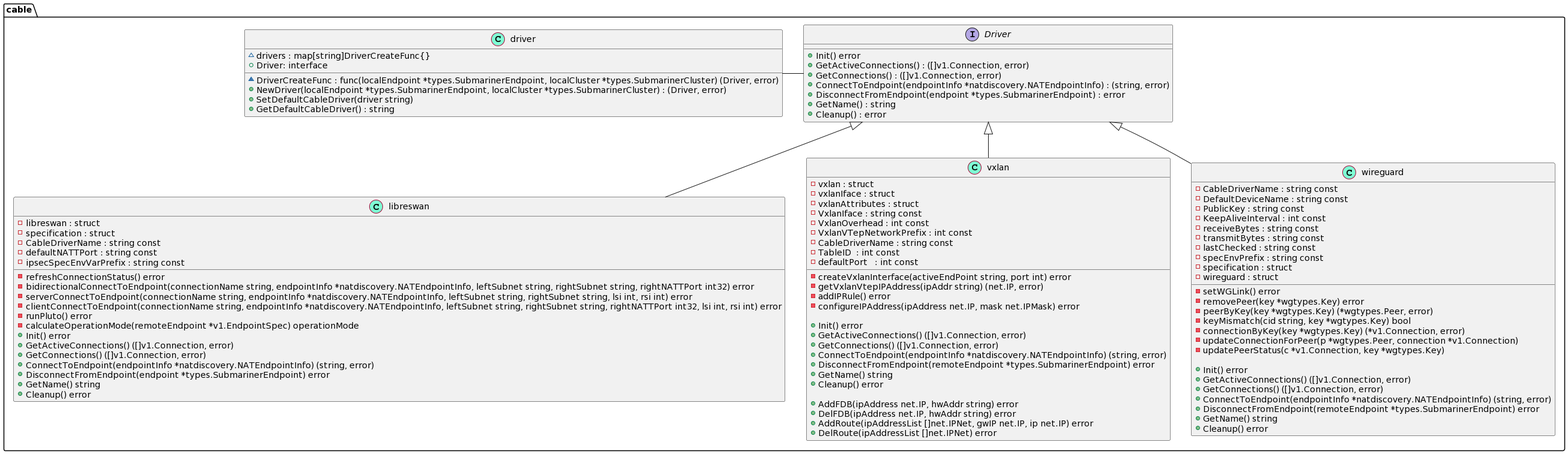
This is Submariner/images/CableDriverUMLClass.png from maryamtahhan/notes, a PlantUML export, as it was before one commit. The source it was exported from:
```plantuml
@startuml
namespace cable {
    interface Driver  {
        + Init() error
        + GetActiveConnections() : ([]v1.Connection, error)
        + GetConnections() : ([]v1.Connection, error)
        + ConnectToEndpoint(endpointInfo *natdiscovery.NATEndpointInfo) : (string, error)
        + DisconnectFromEndpoint(endpoint *types.SubmarinerEndpoint) : error
        + GetName() : string
        + Cleanup() : error
    }


    class driver << (C,Aquamarine) >> {
       ~ DriverCreateFunc : func(localEndpoint *types.SubmarinerEndpoint, localCluster *types.SubmarinerCluster) (Driver, error)
       ~ drivers : map[string]DriverCreateFunc{}
       + Driver: interface

       + NewDriver(localEndpoint *types.SubmarinerEndpoint, localCluster *types.SubmarinerCluster) : (Driver, error)
       + SetDefaultCableDriver(driver string)
       + GetDefaultCableDriver() : string
    }

    class libreswan << (C,Aquamarine) >> {
        - libreswan : struct
        - specification : struct
	- CableDriverName : string const
        - defaultNATTPort : string const
        - ipsecSpecEnvVarPrefix : string const

        - refreshConnectionStatus() error
        - bidirectionalConnectToEndpoint(connectionName string, endpointInfo *natdiscovery.NATEndpointInfo, leftSubnet string, rightSubnet string, rightNATTPort int32) error
        - serverConnectToEndpoint(connectionName string, endpointInfo *natdiscovery.NATEndpointInfo, leftSubnet string, rightSubnet string, lsi int, rsi int) error
        - clientConnectToEndpoint(connectionName string, endpointInfo *natdiscovery.NATEndpointInfo, leftSubnet string, rightSubnet string, rightNATTPort int32, lsi int, rsi int) error
        - runPluto() error
        - calculateOperationMode(remoteEndpoint *v1.EndpointSpec) operationMode


        + Init() error
        + GetActiveConnections() ([]v1.Connection, error)
        + GetConnections() ([]v1.Connection, error)
        + ConnectToEndpoint(endpointInfo *natdiscovery.NATEndpointInfo) (string, error)
        + DisconnectFromEndpoint(endpoint *types.SubmarinerEndpoint) error
        + GetName() string
        + Cleanup() error

    }

    class vxlan << (C,Aquamarine) >> {
        - vxlan : struct
        - vxlanIface : struct
        - vxlanAttributes : struct
	- VxlanIface : string const
	- VxlanOverhead : int const
	- VxlanVTepNetworkPrefix : int const
	- CableDriverName : string const
	- TableID  : int const
	- defaultPort   : int const

        - createVxlanInterface(activeEndPoint string, port int) error
        - getVxlanVtepIPAddress(ipAddr string) (net.IP, error)
        - addIPRule() error
        - configureIPAddress(ipAddress net.IP, mask net.IPMask) error

        + Init() error
        + GetActiveConnections() ([]v1.Connection, error)
        + GetConnections() ([]v1.Connection, error)
        + ConnectToEndpoint(endpointInfo *natdiscovery.NATEndpointInfo) (string, error)
        + DisconnectFromEndpoint(remoteEndpoint *types.SubmarinerEndpoint) error
        + GetName() string
        + Cleanup() error

        + AddFDB(ipAddress net.IP, hwAddr string) error
        + DelFDB(ipAddress net.IP, hwAddr string) error
        + AddRoute(ipAddressList []net.IPNet, gwIP net.IP, ip net.IP) error
        + DelRoute(ipAddressList []net.IPNet) error
    }

     class wireguard << (C,Aquamarine) >> {
        - CableDriverName : string const
        - DefaultDeviceName : string const
        - PublicKey : string const
        - KeepAliveInterval : int const
        - receiveBytes : string const
        - transmitBytes : string const
        - lastChecked : string const
        - specEnvPrefix : string const
        - specification : struct
        - wireguard : struct

        - setWGLink() error
        - removePeer(key *wgtypes.Key) error
        - peerByKey(key *wgtypes.Key) (*wgtypes.Peer, error)
        - keyMismatch(cid string, key *wgtypes.Key) bool
        - connectionByKey(key *wgtypes.Key) (*v1.Connection, error)
        - updateConnectionForPeer(p *wgtypes.Peer, connection *v1.Connection)
        - updatePeerStatus(c *v1.Connection, key *wgtypes.Key)

        + Init() error
        + GetActiveConnections() ([]v1.Connection, error)
        + GetConnections() ([]v1.Connection, error)
        + ConnectToEndpoint(endpointInfo *natdiscovery.NATEndpointInfo) (string, error)
        + DisconnectFromEndpoint(remoteEndpoint *types.SubmarinerEndpoint) error
        + GetName() string
        + Cleanup() error

    }


Driver <|-- libreswan
Driver <|-- vxlan
Driver <|-- wireguard
driver - Driver
}
@enduml
```
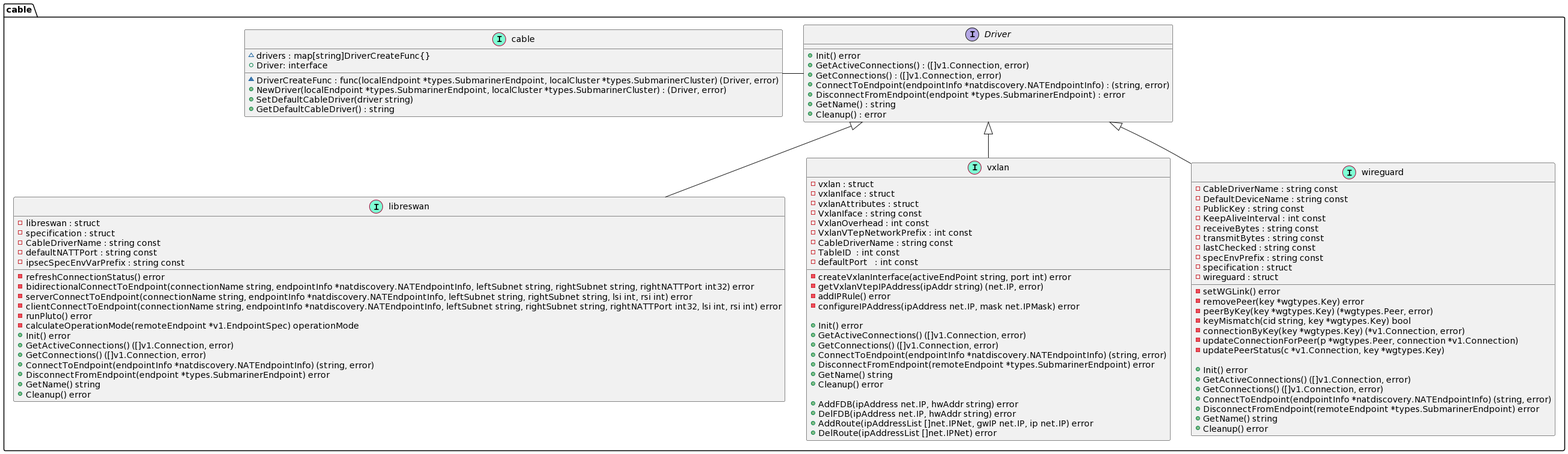
Later version of the same file.

Commit message:
cable driver documentation

The edit, as a diff of the source:
```diff
@@ -11,7 +11,7 @@
     }
 
 
-    class driver << (C,Aquamarine) >> {
+    class cable << (I,Aquamarine) >> {
        ~ DriverCreateFunc : func(localEndpoint *types.SubmarinerEndpoint, localCluster *types.SubmarinerCluster) (Driver, error)
        ~ drivers : map[string]DriverCreateFunc{}
        + Driver: interface
@@ -21,7 +21,7 @@
        + GetDefaultCableDriver() : string
     }
 
-    class libreswan << (C,Aquamarine) >> {
+    class libreswan << (I,Aquamarine) >> {
         - libreswan : struct
         - specification : struct
 	- CableDriverName : string const
@@ -46,7 +46,7 @@
 
     }
 
-    class vxlan << (C,Aquamarine) >> {
+    class vxlan << (I,Aquamarine) >> {
         - vxlan : struct
         - vxlanIface : struct
         - vxlanAttributes : struct
@@ -76,7 +76,7 @@
         + DelRoute(ipAddressList []net.IPNet) error
     }
 
-     class wireguard << (C,Aquamarine) >> {
+     class wireguard << (I,Aquamarine) >> {
         - CableDriverName : string const
         - DefaultDeviceName : string const
         - PublicKey : string const
@@ -110,6 +110,6 @@
 Driver <|-- libreswan
 Driver <|-- vxlan
 Driver <|-- wireguard
-driver - Driver
+cable - Driver
 }
 @enduml
```
